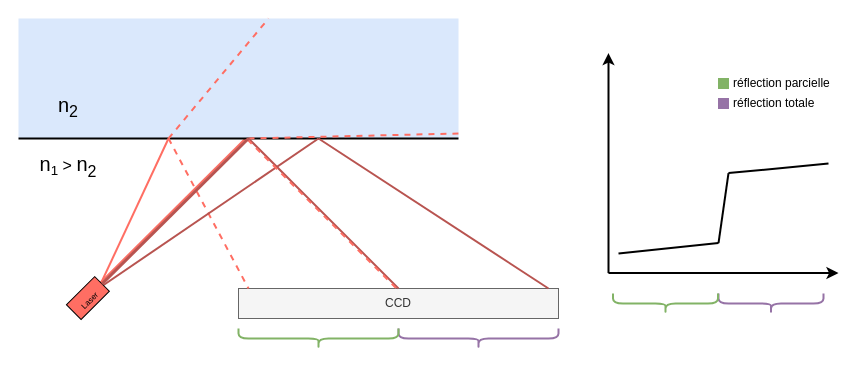
AlexandreDoneux/TFE keeps this draw.io diagram as docs/schémas électronique/density2.drawio. Above is the earlier version. Source tidied: cells renumbered, new cells numbered last; positions are measured from the earlier drawing's top-left corner, leaving out a move shared by most shapes. Both pictures are drawn from the tidied source at 100%, with x=0, y=0 at pixel (18, 18).
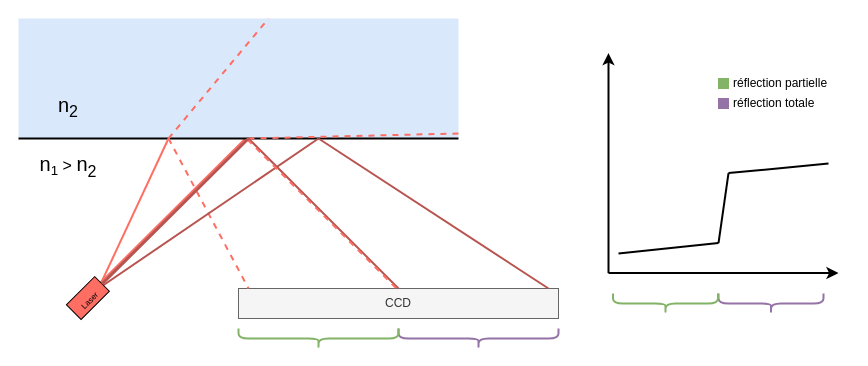
Above is the later version.

Commit message (it also covers changes not shown here):
[docs] Changed some docs images beceause of a error

Diff of the diagram source:
```diff
@@
-    <mxCell id="27" value="réflection parcielle" style="text;html=1;align=left;verticalAlign=middle;strokeColor=none;fillColor=none;" parent="1" vertex="1">
+    <mxCell id="27" value="réflection partielle" style="text;html=1;align=left;verticalAlign=middle;strokeColor=none;fillColor=none;" parent="1" vertex="1">
       <mxGeometry x="712.5" y="50" width="120" height="30" as="geometry" />
     </mxCell>
```
